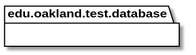
The PlantUML diagram docs/uml-class-diagrams/database/test/DatabaseTestPackage_InternalDependencies.svg in andrewdimmer/csi-3370-software-project, before a commit.
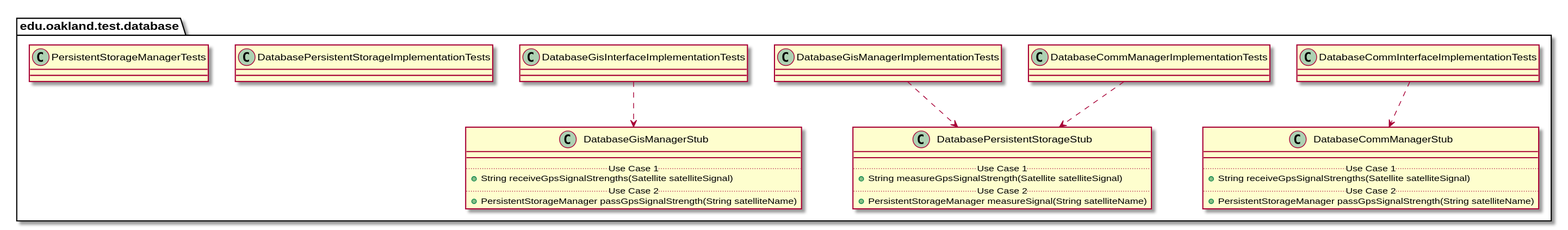
Later version of the same file.

The edit, as a diff of the source:
```diff
@@ -4,4 +4,88 @@
 
 }
 
+
+package edu.oakland.test.database {
+    class DatabaseCommInterfaceImplementationTests {
+
+    }
+}
+
+
+
+package edu.oakland.test.database {
+    class DatabaseCommManagerStub {
+        __
+        .. Use Case 1 ..
+        + String receiveGpsSignalStrengths(Satellite satelliteSignal)
+        .. Use Case 2 ..
+        + PersistentStorageManager passGpsSignalStrength(String satelliteName)
+    }
+}
+
+DatabaseCommInterfaceImplementationTests ..> DatabaseCommManagerStub
+
+package edu.oakland.test.database {
+    class DatabaseCommManagerImplementationTests {
+
+    }
+}
+
+
+
+package edu.oakland.test.database {
+    class DatabasePersistentStorageStub {
+        __
+        .. Use Case 1 ..
+        + String measureGpsSignalStrength(Satellite satelliteSignal)
+        .. Use Case 2 ..
+        + PersistentStorageManager measureSignal(String satelliteName)
+    }
+}
+
+DatabaseCommManagerImplementationTests ..> DatabasePersistentStorageStub
+
+package edu.oakland.test.database {
+    class DatabaseGisInterfaceImplementationTests {
+
+    }
+}
+
+
+
+package edu.oakland.test.database {
+    class DatabaseGisManagerStub {
+        __
+        .. Use Case 1 ..
+        + String receiveGpsSignalStrengths(Satellite satelliteSignal)
+        .. Use Case 2 ..
+        + PersistentStorageManager passGpsSignalStrength(String satelliteName)
+    }
+}
+
+DatabaseGisInterfaceImplementationTests ..> DatabaseGisManagerStub
+
+package edu.oakland.test.database {
+    class DatabaseGisManagerImplementationTests {
+
+    }
+}
+
+
+DatabaseGisManagerImplementationTests ..> DatabasePersistentStorageStub
+
+package edu.oakland.test.database {
+    class DatabasePersistentStorageImplementationTests {
+
+    }
+}
+
+
+package edu.oakland.test.database {
+    class PersistentStorageManagerTests {
+
+    }
+}
+
+
 @enduml
```
